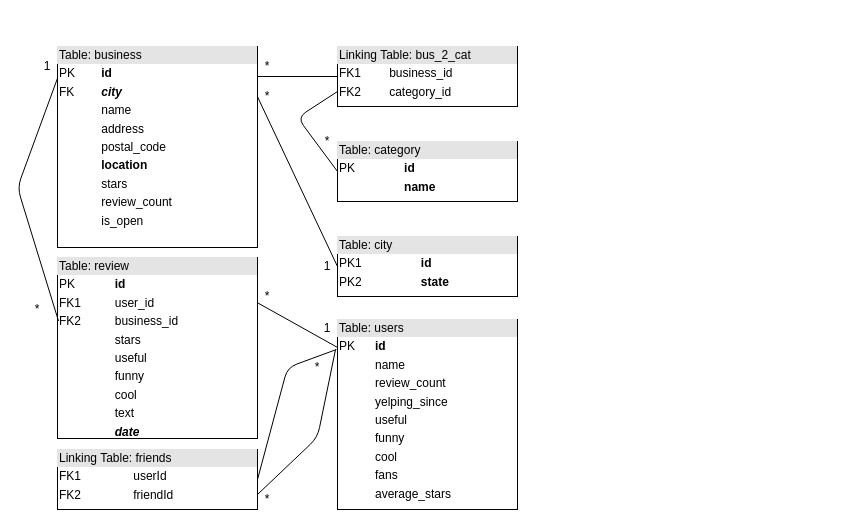
DavidBakerEffendi/providentia keeps this draw.io diagram as providentia-report/drawio/relational-design.drawio. Above is the earlier version. Source tidied: cells renumbered, new cells numbered last; positions are measured from the earlier drawing's top-left corner, leaving out a move shared by most shapes. Both pictures are drawn from the tidied source at 100%, with x=0, y=0 at pixel (17, 46).
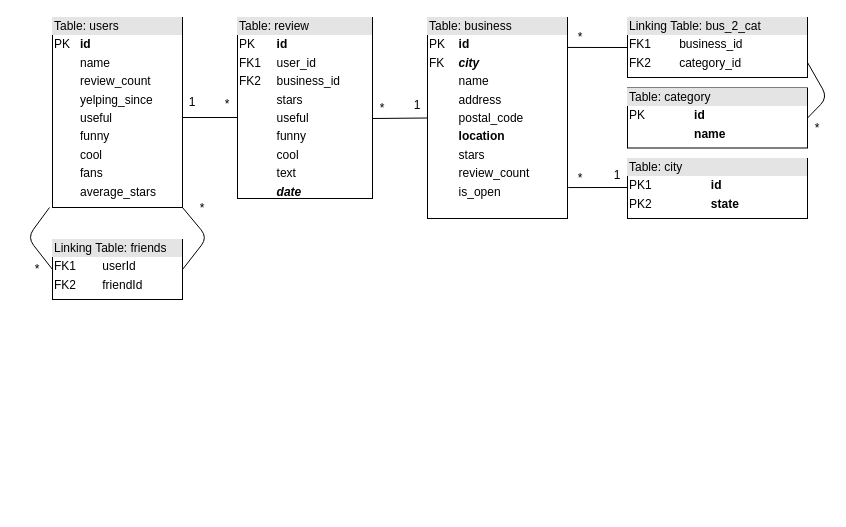
The same diagram, later.

The edit, as a diff of the source:
```diff
@@
     <mxCell id="2" value="&lt;div style=&quot;box-sizing: border-box ; width: 100% ; background: #e4e4e4 ; padding: 2px&quot;&gt;Table: review&lt;/div&gt;&lt;table style=&quot;width: 100% ; font-size: 1em&quot; cellpadding=&quot;2&quot; cellspacing=&quot;0&quot;&gt;&lt;tbody&gt;&lt;tr&gt;&lt;td&gt;PK&lt;/td&gt;&lt;td&gt;&lt;b&gt;id&lt;/b&gt;&lt;/td&gt;&lt;/tr&gt;&lt;tr&gt;&lt;td&gt;FK1&lt;/td&gt;&lt;td&gt;user_id&lt;/td&gt;&lt;/tr&gt;&lt;tr&gt;&lt;td&gt;FK2&lt;/td&gt;&lt;td&gt;business_id&lt;/td&gt;&lt;/tr&gt;&lt;tr&gt;&lt;td&gt;&lt;br&gt;&lt;/td&gt;&lt;td&gt;stars&lt;/td&gt;&lt;/tr&gt;&lt;tr&gt;&lt;td&gt;&lt;br&gt;&lt;/td&gt;&lt;td&gt;useful&lt;/td&gt;&lt;/tr&gt;&lt;tr&gt;&lt;td&gt;&lt;br&gt;&lt;/td&gt;&lt;td&gt;funny&lt;/td&gt;&lt;/tr&gt;&lt;tr&gt;&lt;td&gt;&lt;br&gt;&lt;/td&gt;&lt;td&gt;cool&lt;/td&gt;&lt;/tr&gt;&lt;tr&gt;&lt;td&gt;&lt;br&gt;&lt;/td&gt;&lt;td&gt;text&lt;/td&gt;&lt;/tr&gt;&lt;tr&gt;&lt;td&gt;&lt;br&gt;&lt;/td&gt;&lt;td&gt;&lt;i&gt;&lt;b&gt;date&lt;/b&gt;&lt;/i&gt;&lt;/td&gt;&lt;/tr&gt;&lt;/tbody&gt;&lt;/table&gt;" style="verticalAlign=top;align=left;overflow=fill;html=1;" parent="1" vertex="1">
-      <mxGeometry x="40" y="211" width="200" height="181" as="geometry" />
+      <mxGeometry x="220" y="-29" width="135" height="181" as="geometry" />
     </mxCell>
     <mxCell id="3" value="&lt;div style=&quot;box-sizing: border-box ; width: 100% ; background: #e4e4e4 ; padding: 2px&quot;&gt;Table: business&lt;/div&gt;&lt;table style=&quot;width: 100% ; font-size: 1em&quot; cellpadding=&quot;2&quot; cellspacing=&quot;0&quot;&gt;&lt;tbody&gt;&lt;tr&gt;&lt;td&gt;PK&lt;/td&gt;&lt;td&gt;&lt;b&gt;id&lt;/b&gt;&lt;/td&gt;&lt;/tr&gt;&lt;tr&gt;&lt;td&gt;FK&lt;/td&gt;&lt;td&gt;&lt;b&gt;&lt;i&gt;city&lt;/i&gt;&lt;/b&gt;&lt;/td&gt;&lt;/tr&gt;&lt;tr&gt;&lt;td&gt;&lt;br&gt;&lt;/td&gt;&lt;td&gt;name&lt;/td&gt;&lt;/tr&gt;&lt;tr&gt;&lt;td&gt;&lt;br&gt;&lt;/td&gt;&lt;td&gt;address&lt;/td&gt;&lt;/tr&gt;&lt;tr&gt;&lt;td&gt;&lt;br&gt;&lt;/td&gt;&lt;td&gt;postal_code&lt;/td&gt;&lt;/tr&gt;&lt;tr&gt;&lt;td&gt;&lt;br&gt;&lt;/td&gt;&lt;td&gt;&lt;b&gt;location&lt;/b&gt;&lt;/td&gt;&lt;/tr&gt;&lt;tr&gt;&lt;td&gt;&lt;br&gt;&lt;/td&gt;&lt;td&gt;stars&lt;/td&gt;&lt;/tr&gt;&lt;tr&gt;&lt;td&gt;&lt;br&gt;&lt;/td&gt;&lt;td&gt;review_count&lt;/td&gt;&lt;/tr&gt;&lt;tr&gt;&lt;td&gt;&lt;br&gt;&lt;/td&gt;&lt;td&gt;is_open&lt;/td&gt;&lt;/tr&gt;&lt;/tbody&gt;&lt;/table&gt;" style="verticalAlign=top;align=left;overflow=fill;html=1;" parent="1" vertex="1">
-      <mxGeometry x="40" width="200" height="201" as="geometry" />
+      <mxGeometry x="410" y="-29" width="140" height="201" as="geometry" />
     </mxCell>
     <mxCell id="4" value="&lt;div style=&quot;box-sizing: border-box ; width: 100% ; background: #e4e4e4 ; padding: 2px&quot;&gt;Table: category&lt;/div&gt;&lt;table style=&quot;width: 100% ; font-size: 1em&quot; cellpadding=&quot;2&quot; cellspacing=&quot;0&quot;&gt;&lt;tbody&gt;&lt;tr&gt;&lt;td&gt;PK&lt;/td&gt;&lt;td&gt;&lt;b&gt;id&lt;/b&gt;&lt;/td&gt;&lt;/tr&gt;&lt;tr&gt;&lt;td&gt;&lt;br&gt;&lt;/td&gt;&lt;td&gt;&lt;b&gt;name&lt;/b&gt;&lt;/td&gt;&lt;/tr&gt;&lt;/tbody&gt;&lt;/table&gt;" style="verticalAlign=top;align=left;overflow=fill;html=1;" parent="1" vertex="1">
-      <mxGeometry x="320" y="95" width="180" height="60" as="geometry" />
+      <mxGeometry x="610" y="41.5" width="180" height="60" as="geometry" />
     </mxCell>
     <mxCell id="5" value="&lt;div style=&quot;box-sizing: border-box ; width: 100% ; background: #e4e4e4 ; padding: 2px&quot;&gt;Linking Table: friends&lt;/div&gt;&lt;table style=&quot;width: 100% ; font-size: 1em&quot; cellpadding=&quot;2&quot; cellspacing=&quot;0&quot;&gt;&lt;tbody&gt;&lt;tr&gt;&lt;td&gt;FK1&lt;/td&gt;&lt;td&gt;userId&lt;/td&gt;&lt;/tr&gt;&lt;tr&gt;&lt;td&gt;FK2&lt;/td&gt;&lt;td&gt;friendId&lt;/td&gt;&lt;/tr&gt;&lt;/tbody&gt;&lt;/table&gt;" style="verticalAlign=top;align=left;overflow=fill;html=1;" parent="1" vertex="1">
-      <mxGeometry x="40" y="403" width="200" height="60" as="geometry" />
+      <mxGeometry x="35" y="193" width="130" height="60" as="geometry" />
     </mxCell>
     <mxCell id="6" value="&lt;div style=&quot;box-sizing: border-box ; width: 100% ; background: #e4e4e4 ; padding: 2px&quot;&gt;Table: users&lt;/div&gt;&lt;table style=&quot;width: 100% ; font-size: 1em&quot; cellpadding=&quot;2&quot; cellspacing=&quot;0&quot;&gt;&lt;tbody&gt;&lt;tr&gt;&lt;td&gt;PK&lt;/td&gt;&lt;td&gt;&lt;b&gt;id&lt;/b&gt;&lt;/td&gt;&lt;/tr&gt;&lt;tr&gt;&lt;td&gt;&lt;br&gt;&lt;/td&gt;&lt;td&gt;name&lt;/td&gt;&lt;/tr&gt;&lt;tr&gt;&lt;td&gt;&lt;/td&gt;&lt;td&gt;review_count&lt;br&gt;&lt;/td&gt;&lt;/tr&gt;&lt;tr&gt;&lt;td&gt;&lt;br&gt;&lt;/td&gt;&lt;td&gt;yelping_since&lt;/td&gt;&lt;/tr&gt;&lt;tr&gt;&lt;td&gt;&lt;br&gt;&lt;/td&gt;&lt;td&gt;useful&lt;/td&gt;&lt;/tr&gt;&lt;tr&gt;&lt;td&gt;&lt;br&gt;&lt;/td&gt;&lt;td&gt;funny&lt;/td&gt;&lt;/tr&gt;&lt;tr&gt;&lt;td&gt;&lt;br&gt;&lt;/td&gt;&lt;td&gt;cool&lt;/td&gt;&lt;/tr&gt;&lt;tr&gt;&lt;td&gt;&lt;br&gt;&lt;/td&gt;&lt;td&gt;fans&lt;/td&gt;&lt;/tr&gt;&lt;tr&gt;&lt;td&gt;&lt;br&gt;&lt;/td&gt;&lt;td&gt;average_stars&lt;/td&gt;&lt;/tr&gt;&lt;/tbody&gt;&lt;/table&gt;" style="verticalAlign=top;align=left;overflow=fill;html=1;" parent="1" vertex="1">
-      <mxGeometry x="320" y="273" width="180" height="190" as="geometry" />
+      <mxGeometry x="35" y="-29" width="130" height="190" as="geometry" />
     </mxCell>
     <mxCell id="7" value="&lt;div style=&quot;box-sizing: border-box ; width: 100% ; background: #e4e4e4 ; padding: 2px&quot;&gt;Table: city&lt;/div&gt;&lt;table style=&quot;width: 100% ; font-size: 1em&quot; cellpadding=&quot;2&quot; cellspacing=&quot;0&quot;&gt;&lt;tbody&gt;&lt;tr&gt;&lt;td&gt;PK1&lt;/td&gt;&lt;td&gt;&lt;b&gt;id&lt;/b&gt;&lt;/td&gt;&lt;/tr&gt;&lt;tr&gt;&lt;td&gt;PK2&lt;/td&gt;&lt;td&gt;&lt;b&gt;state&lt;/b&gt;&lt;/td&gt;&lt;/tr&gt;&lt;tr&gt;&lt;td&gt;&lt;/td&gt;&lt;td&gt;&lt;br&gt;&lt;/td&gt;&lt;/tr&gt;&lt;/tbody&gt;&lt;/table&gt;" style="verticalAlign=top;align=left;overflow=fill;html=1;" parent="1" vertex="1">
-      <mxGeometry x="320" y="190" width="180" height="60" as="geometry" />
+      <mxGeometry x="610" y="112" width="180" height="60" as="geometry" />
     </mxCell>
     <mxCell id="8" value="&lt;div style=&quot;box-sizing: border-box ; width: 100% ; background: #e4e4e4 ; padding: 2px&quot;&gt;Linking Table: bus_2_cat&lt;/div&gt;&lt;table style=&quot;width: 100% ; font-size: 1em&quot; cellpadding=&quot;2&quot; cellspacing=&quot;0&quot;&gt;&lt;tbody&gt;&lt;tr&gt;&lt;td&gt;FK1&lt;/td&gt;&lt;td&gt;business_id&lt;/td&gt;&lt;/tr&gt;&lt;tr&gt;&lt;td&gt;FK2&lt;/td&gt;&lt;td&gt;category_id&lt;/td&gt;&lt;/tr&gt;&lt;/tbody&gt;&lt;/table&gt;" style="verticalAlign=top;align=left;overflow=fill;html=1;" parent="1" vertex="1">
-      <mxGeometry x="320" width="180" height="60" as="geometry" />
+      <mxGeometry x="610" y="-29" width="180" height="60" as="geometry" />
     </mxCell>
-    <mxCell id="9" style="endArrow=none;html=1;entryX=0;entryY=0.5;entryDx=0;entryDy=0;" parent="1" edge="1" target="8">
-      <mxGeometry relative="1" as="geometry">
-        <mxPoint x="240" y="30" as="sourcePoint" />
-      </mxGeometry>
+    <mxCell id="9" style="endArrow=none;html=1;entryX=0;entryY=0.5;entryDx=0;entryDy=0;exitX=1;exitY=0.149;exitDx=0;exitDy=0;exitPerimeter=0;" parent="1" edge="1" source="3" target="8">
+      <mxGeometry relative="1" as="geometry" />
     </mxCell>
-    <mxCell id="10" style="endArrow=none;html=1;entryX=0;entryY=0.75;entryDx=0;entryDy=0;exitX=0;exitY=0.5;exitDx=0;exitDy=0;" parent="1" edge="1" source="4" target="8">
+    <mxCell id="10" style="endArrow=none;html=1;entryX=1;entryY=0.75;entryDx=0;entryDy=0;exitX=1;exitY=0.5;exitDx=0;exitDy=0;" parent="1" edge="1" source="4" target="8">
       <mxGeometry relative="1" as="geometry">
         <Array as="points">
-          <mxPoint x="280" y="71" />
+          <mxPoint x="810" y="51" />
         </Array>
       </mxGeometry>
     </mxCell>
-    <mxCell id="11" style="endArrow=none;html=1;entryX=0;entryY=0.5;entryDx=0;entryDy=0;exitX=1;exitY=0.25;exitDx=0;exitDy=0;" parent="1" edge="1" source="3" target="7">
-      <mxGeometry relative="1" as="geometry" />
+    <mxCell id="11" style="endArrow=none;html=1;exitX=1.005;exitY=0.846;exitDx=0;exitDy=0;exitPerimeter=0;" parent="1" edge="1" source="3">
+      <mxGeometry relative="1" as="geometry">
+        <mxPoint x="610" y="141" as="targetPoint" />
+      </mxGeometry>
     </mxCell>
-    <mxCell id="12" style="endArrow=none;html=1;entryX=0;entryY=0.158;entryDx=0;entryDy=0;entryPerimeter=0;exitX=0.005;exitY=0.351;exitDx=0;exitDy=0;exitPerimeter=0;" parent="1" edge="1" source="2" target="3">
-      <mxGeometry relative="1" as="geometry">
-        <Array as="points">
-          <mxPoint y="141" />
-        </Array>
-      </mxGeometry>
+    <mxCell id="12" style="endArrow=none;html=1;entryX=0;entryY=0.5;entryDx=0;entryDy=0;exitX=1;exitY=0.558;exitDx=0;exitDy=0;exitPerimeter=0;" parent="1" edge="1" source="2" target="3">
+      <mxGeometry relative="1" as="geometry" />
     </mxCell>
-    <mxCell id="13" style="endArrow=none;html=1;entryX=1;entryY=0.5;entryDx=0;entryDy=0;exitX=-0.006;exitY=0.158;exitDx=0;exitDy=0;exitPerimeter=0;" parent="1" edge="1" source="6" target="5">
+    <mxCell id="13" style="endArrow=none;html=1;entryX=1;entryY=0.5;entryDx=0;entryDy=0;" parent="1" edge="1" target="5">
       <mxGeometry relative="1" as="geometry">
+        <mxPoint x="165" y="161" as="sourcePoint" />
         <Array as="points">
-          <mxPoint x="270" y="321" />
+          <mxPoint x="190" y="191" />
         </Array>
       </mxGeometry>
     </mxCell>
-    <mxCell id="14" style="endArrow=none;html=1;entryX=-0.011;entryY=0.158;entryDx=0;entryDy=0;entryPerimeter=0;exitX=1;exitY=0.75;exitDx=0;exitDy=0;" parent="1" edge="1" source="5" target="6">
+    <mxCell id="14" style="endArrow=none;html=1;exitX=0;exitY=0.5;exitDx=0;exitDy=0;entryX=-0.023;entryY=1;entryDx=0;entryDy=0;entryPerimeter=0;" parent="1" edge="1" source="5" target="6">
       <mxGeometry relative="1" as="geometry">
         <Array as="points">
-          <mxPoint x="300" y="391" />
+          <mxPoint x="10" y="191" />
         </Array>
       </mxGeometry>
     </mxCell>
-    <mxCell id="15" style="endArrow=none;html=1;entryX=1;entryY=0.25;entryDx=0;entryDy=0;exitX=0;exitY=0.147;exitDx=0;exitDy=0;exitPerimeter=0;" parent="1" edge="1" source="6" target="2">
-      <mxGeometry relative="1" as="geometry" />
+    <mxCell id="15" style="endArrow=none;html=1;" parent="1" edge="1">
+      <mxGeometry relative="1" as="geometry">
+        <mxPoint x="165" y="71" as="sourcePoint" />
+        <mxPoint x="220" y="71" as="targetPoint" />
+      </mxGeometry>
     </mxCell>
     <mxCell id="16" value="*" style="text;html=1;strokeColor=none;fillColor=none;align=center;verticalAlign=middle;whiteSpace=wrap;rounded=0;" parent="1" vertex="1">
-      <mxGeometry x="240" y="10" width="20" height="20" as="geometry" />
+      <mxGeometry x="553" y="-19" width="20" height="20" as="geometry" />
     </mxCell>
     <mxCell id="17" value="1" style="text;html=1;strokeColor=none;fillColor=none;align=center;verticalAlign=middle;whiteSpace=wrap;rounded=0;" parent="1" vertex="1">
-      <mxGeometry x="300" y="210.5" width="20" height="19" as="geometry" />
+      <mxGeometry x="590" y="119" width="20" height="19" as="geometry" />
     </mxCell>
     <mxCell id="18" value="*" style="text;html=1;strokeColor=none;fillColor=none;align=center;verticalAlign=middle;whiteSpace=wrap;rounded=0;" parent="1" vertex="1">
-      <mxGeometry x="300" y="85" width="20" height="20" as="geometry" />
+      <mxGeometry x="790" y="71.5" width="20" height="20" as="geometry" />
     </mxCell>
     <mxCell id="19" value="*" style="text;html=1;strokeColor=none;fillColor=none;align=center;verticalAlign=middle;whiteSpace=wrap;rounded=0;" parent="1" vertex="1">
-      <mxGeometry x="240" y="40" width="20" height="20" as="geometry" />
+      <mxGeometry x="553" y="122" width="20" height="20" as="geometry" />
     </mxCell>
     <mxCell id="20" value="*" style="text;html=1;strokeColor=none;fillColor=none;align=center;verticalAlign=middle;whiteSpace=wrap;rounded=0;" parent="1" vertex="1">
-      <mxGeometry x="240" y="240" width="20" height="20" as="geometry" />
+      <mxGeometry x="355" y="51.5" width="20" height="20" as="geometry" />
     </mxCell>
     <mxCell id="21" value="1" style="text;html=1;strokeColor=none;fillColor=none;align=center;verticalAlign=middle;whiteSpace=wrap;rounded=0;" parent="1" vertex="1">
-      <mxGeometry x="300" y="273" width="20" height="18" as="geometry" />
+      <mxGeometry x="390" y="49.5" width="20" height="18" as="geometry" />
     </mxCell>
     <mxCell id="22" value="*" style="text;html=1;strokeColor=none;fillColor=none;align=center;verticalAlign=middle;whiteSpace=wrap;rounded=0;" parent="1" vertex="1">
-      <mxGeometry x="290" y="311" width="20" height="20" as="geometry" />
+      <mxGeometry x="200" y="48" width="20" height="20" as="geometry" />
     </mxCell>
     <mxCell id="23" value="*" style="text;html=1;strokeColor=none;fillColor=none;align=center;verticalAlign=middle;whiteSpace=wrap;rounded=0;" parent="1" vertex="1">
-      <mxGeometry x="240" y="443" width="20" height="20" as="geometry" />
+      <mxGeometry x="175" y="152" width="20" height="20" as="geometry" />
     </mxCell>
     <mxCell id="24" value="1" style="text;html=1;strokeColor=none;fillColor=none;align=center;verticalAlign=middle;whiteSpace=wrap;rounded=0;" parent="1" vertex="1">
-      <mxGeometry x="20" y="10" width="20" height="20" as="geometry" />
+      <mxGeometry x="165" y="46" width="20" height="20" as="geometry" />
     </mxCell>
     <mxCell id="25" value="*" style="text;html=1;strokeColor=none;fillColor=none;align=center;verticalAlign=middle;whiteSpace=wrap;rounded=0;" parent="1" vertex="1">
-      <mxGeometry x="10" y="253" width="20" height="20" as="geometry" />
+      <mxGeometry x="10" y="213" width="20" height="20" as="geometry" />
     </mxCell>
```
